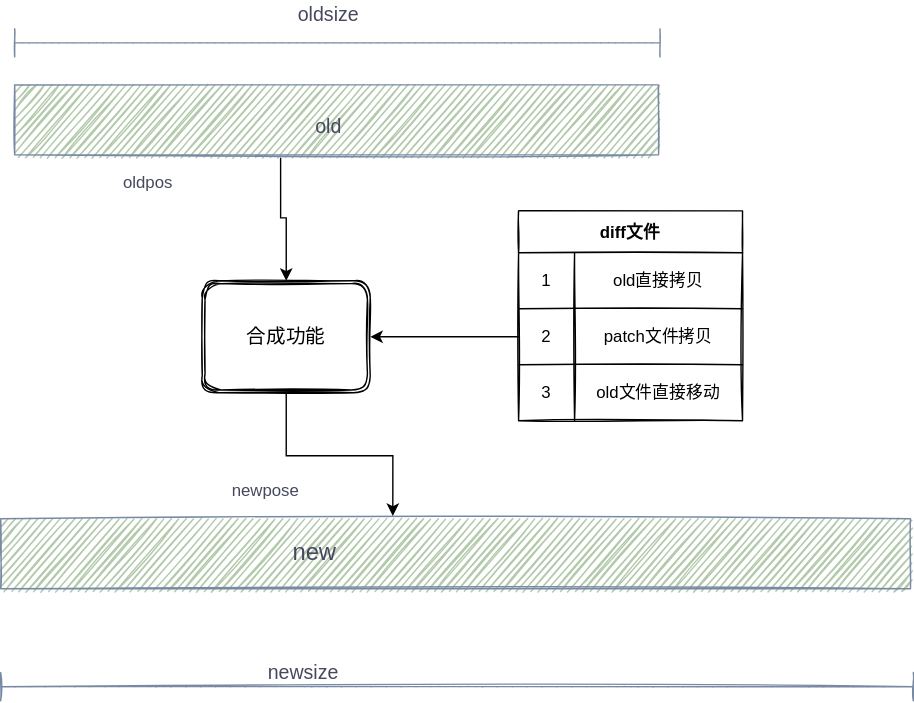
mengdemao/picture keeps this draw.io diagram as Bspatch.svg. Above is the earlier version. Source tidied: cells renumbered, new cells last; positions are measured from the earlier drawing's top-left corner, leaving out a move shared by most shapes.
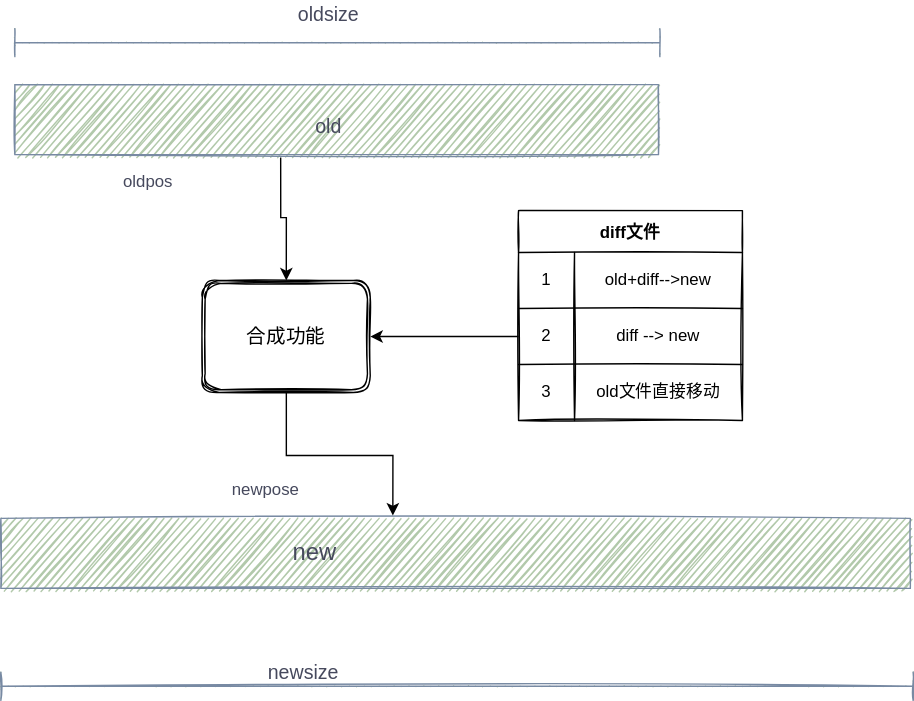
The same file after the commit.

What changed in the source:
```diff
@@ -41,7 +41,7 @@
     <mxCell id="14" value="1" style="shape=partialRectangle;html=1;whiteSpace=wrap;fillColor=none;top=0;left=0;bottom=0;right=0;overflow=hidden;sketch=1;" parent="13" vertex="1">
       <mxGeometry width="40" height="40" as="geometry" />
     </mxCell>
-    <mxCell id="15" value="old直接拷贝" style="shape=partialRectangle;html=1;whiteSpace=wrap;fillColor=none;top=0;left=0;bottom=0;right=0;overflow=hidden;sketch=1;" parent="13" vertex="1">
+    <mxCell id="15" value="old+diff--&amp;gt;new" style="shape=partialRectangle;html=1;whiteSpace=wrap;fillColor=none;top=0;left=0;bottom=0;right=0;overflow=hidden;sketch=1;" parent="13" vertex="1">
       <mxGeometry x="40" width="120" height="40" as="geometry" />
     </mxCell>
     <mxCell id="16" style="shape=partialRectangle;html=1;whiteSpace=wrap;fillColor=none;top=0;left=0;bottom=0;right=0;points=[[0,0.5],[1,0.5]];portConstraint=eastwest;sketch=1;" parent="12" vertex="1">
@@ -50,7 +50,7 @@
     <mxCell id="17" value="2" style="shape=partialRectangle;html=1;whiteSpace=wrap;fillColor=none;top=0;left=0;bottom=0;right=0;overflow=hidden;sketch=1;" parent="16" vertex="1">
       <mxGeometry width="40" height="40" as="geometry" />
     </mxCell>
-    <mxCell id="18" value="patch文件拷贝" style="shape=partialRectangle;html=1;whiteSpace=wrap;fillColor=none;top=0;left=0;bottom=0;right=0;overflow=hidden;sketch=1;" parent="16" vertex="1">
+    <mxCell id="18" value="diff --&amp;gt; new" style="shape=partialRectangle;html=1;whiteSpace=wrap;fillColor=none;top=0;left=0;bottom=0;right=0;overflow=hidden;sketch=1;" parent="16" vertex="1">
       <mxGeometry x="40" width="120" height="40" as="geometry" />
     </mxCell>
     <mxCell id="19" style="shape=partialRectangle;html=1;whiteSpace=wrap;fillColor=none;top=0;left=0;bottom=0;right=0;sketch=1;" parent="12" vertex="1">
```
